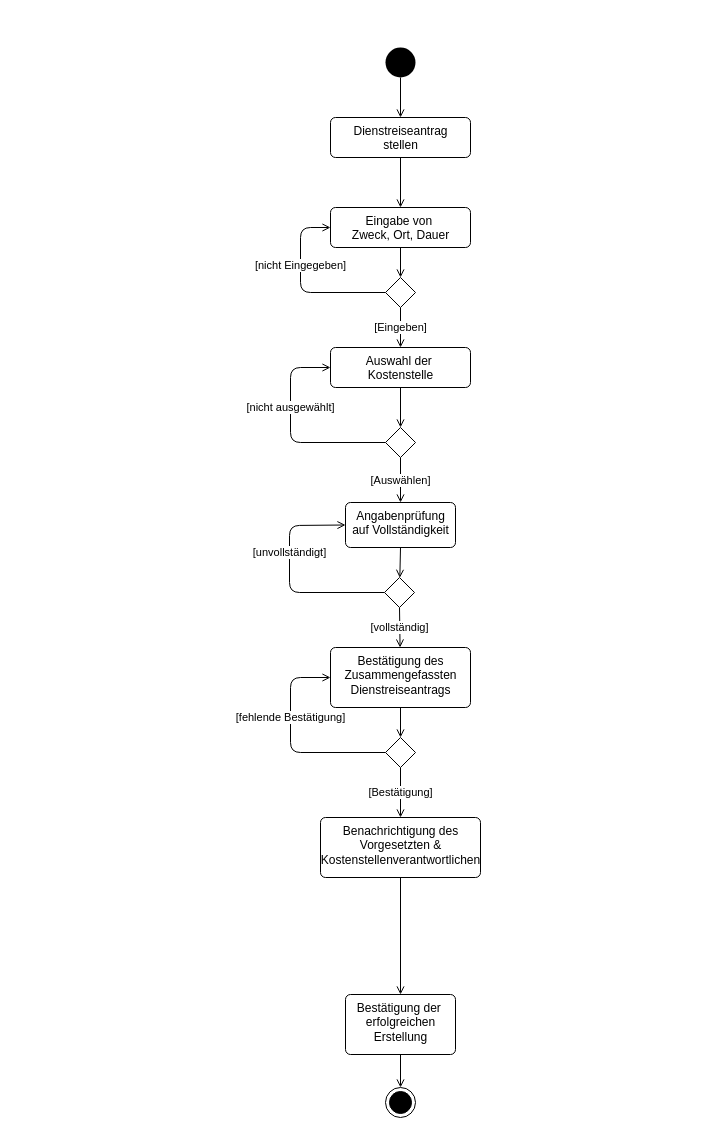
The draw.io diagram Uebungsblatt09/Aktivitätsdiagramm.drawio in TheBlackDragon4/SWE-HS-Co-Se5, before the edit. Source tidied: cells renumbered, new cells numbered last; positions are measured from the earlier drawing's top-left corner, leaving out a move shared by most shapes. Both pictures are drawn from the tidied source at 100%, with x=0, y=0 at pixel (289, 47).
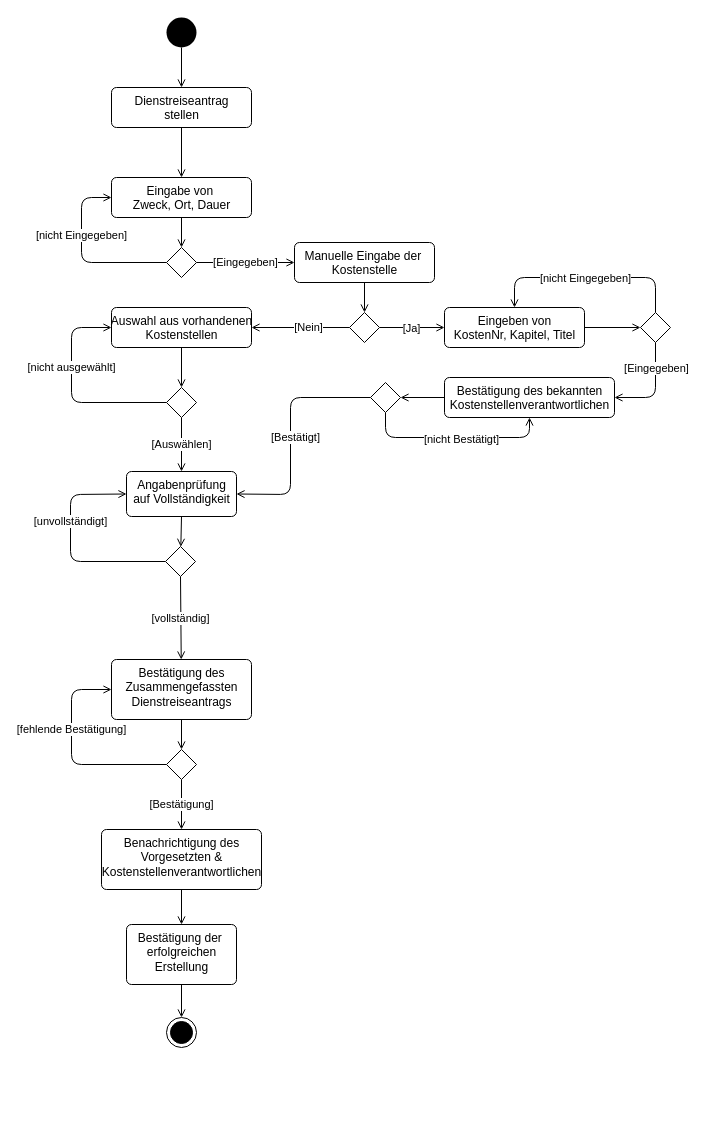
After the change.

Diff of the diagram source:
```diff
@@
     <mxCell id="3" style="ellipse;fillColor=#000000;strokeColor=none;" parent="1" vertex="1">
-      <mxGeometry x="96" width="30" height="30" as="geometry" />
+      <mxGeometry x="-123" y="-30" width="30" height="30" as="geometry" />
     </mxCell>
@@
     <mxCell id="5" value="Dienstreiseantrag&lt;br&gt;stellen" style="html=1;align=center;verticalAlign=top;rounded=1;absoluteArcSize=1;arcSize=10;dashed=0;gradientColor=none;shadow=0;glass=0;sketch=0;labelBackgroundColor=none;perimeterSpacing=0;" parent="1" vertex="1">
-      <mxGeometry x="41" y="70" width="140" height="40" as="geometry" />
+      <mxGeometry x="-178" y="40" width="140" height="40" as="geometry" />
     </mxCell>
     <mxCell id="6" style="ellipse;html=1;shape=endState;fillColor=#000000;strokeColor=#000000;rounded=1;shadow=0;glass=0;labelBackgroundColor=none;sketch=0;" parent="1" vertex="1">
-      <mxGeometry x="96" y="1040" width="30" height="30" as="geometry" />
+      <mxGeometry x="-123" y="970" width="30" height="30" as="geometry" />
     </mxCell>
@@
     <mxCell id="8" value="Eingabe von&amp;nbsp;&lt;br&gt;Zweck, Ort, Dauer" style="html=1;align=center;verticalAlign=top;rounded=1;absoluteArcSize=1;arcSize=10;dashed=0;gradientColor=none;shadow=0;glass=0;sketch=0;labelBackgroundColor=none;perimeterSpacing=0;" parent="1" vertex="1">
-      <mxGeometry x="41" y="160" width="140" height="40" as="geometry" />
+      <mxGeometry x="-178" y="130" width="140" height="40" as="geometry" />
     </mxCell>
@@
-    <mxCell id="10" value="Auswahl der&amp;nbsp;&lt;br&gt;Kostenstelle" style="html=1;align=center;verticalAlign=top;rounded=1;absoluteArcSize=1;arcSize=10;dashed=0;gradientColor=none;shadow=0;glass=0;sketch=0;labelBackgroundColor=none;perimeterSpacing=0;" parent="1" vertex="1">
-      <mxGeometry x="41" y="300" width="140" height="40" as="geometry" />
+    <mxCell id="10" value="Auswahl aus vorhandenen&lt;br&gt;Kostenstellen" style="html=1;align=center;verticalAlign=top;rounded=1;absoluteArcSize=1;arcSize=10;dashed=0;gradientColor=none;shadow=0;glass=0;sketch=0;labelBackgroundColor=none;perimeterSpacing=0;" parent="1" vertex="1">
+      <mxGeometry x="-178" y="260" width="140" height="40" as="geometry" />
     </mxCell>
     <mxCell id="11" value="[nicht ausgewählt]" style="edgeStyle=none;html=1;exitX=0;exitY=0.5;exitDx=0;exitDy=0;endArrow=open;endFill=0;entryX=0;entryY=0.5;entryDx=0;entryDy=0;" parent="1" edge="1" source="13" target="10">
       <mxGeometry x="0.24" relative="1" as="geometry">
         <Array as="points">
-          <mxPoint x="1" y="395" />
-          <mxPoint x="1" y="320" />
+          <mxPoint x="-218" y="355" />
+          <mxPoint x="-218" y="280" />
         </Array>
       </mxGeometry>
     </mxCell>
@@
     <mxCell id="13" style="rhombus;" parent="1" vertex="1">
-      <mxGeometry x="96" y="380" width="30" height="30" as="geometry" />
+      <mxGeometry x="-123" y="340" width="30" height="30" as="geometry" />
     </mxCell>
     <mxCell id="14" value="[fehlende Bestätigung]" style="edgeStyle=none;html=1;exitX=0;exitY=0.5;exitDx=0;exitDy=0;endArrow=open;endFill=0;entryX=0;entryY=0.5;entryDx=0;entryDy=0;" parent="1" edge="1" source="16" target="25">
       <mxGeometry x="0.24" relative="1" as="geometry">
         <Array as="points">
-          <mxPoint x="1" y="705" />
-          <mxPoint x="1" y="630" />
+          <mxPoint x="-218" y="717" />
+          <mxPoint x="-218" y="642" />
         </Array>
       </mxGeometry>
     </mxCell>
@@
     <mxCell id="16" style="rhombus;" parent="1" vertex="1">
-      <mxGeometry x="96" y="690" width="30" height="30" as="geometry" />
+      <mxGeometry x="-123" y="702" width="30" height="30" as="geometry" />
     </mxCell>
@@
     <mxCell id="18" value="Benachrichtigung des&lt;br&gt;Vorgesetzten &amp;amp; &lt;br&gt;Kostenstellenverantwortlichen&lt;br&gt;" style="html=1;align=center;verticalAlign=top;rounded=1;absoluteArcSize=1;arcSize=10;dashed=0;gradientColor=none;shadow=0;glass=0;sketch=0;labelBackgroundColor=none;perimeterSpacing=0;" parent="1" vertex="1">
-      <mxGeometry x="31" y="770" width="160" height="60" as="geometry" />
+      <mxGeometry x="-188" y="782" width="160" height="60" as="geometry" />
     </mxCell>
@@
     <mxCell id="20" value="Bestätigung der&amp;nbsp;&lt;br&gt;erfolgreichen&lt;br&gt;Erstellung" style="html=1;align=center;verticalAlign=top;rounded=1;absoluteArcSize=1;arcSize=10;dashed=0;gradientColor=none;shadow=0;glass=0;sketch=0;labelBackgroundColor=none;perimeterSpacing=0;" parent="1" vertex="1">
-      <mxGeometry x="56" y="947" width="110" height="60" as="geometry" />
+      <mxGeometry x="-163" y="877" width="110" height="60" as="geometry" />
     </mxCell>
     <mxCell id="21" value="[nicht Eingegeben]" style="edgeStyle=none;html=1;exitX=0;exitY=0.5;exitDx=0;exitDy=0;endArrow=open;endFill=0;entryX=0;entryY=0.5;entryDx=0;entryDy=0;" parent="1" edge="1" source="23" target="8">
       <mxGeometry x="0.24" relative="1" as="geometry">
         <Array as="points">
-          <mxPoint x="11" y="245" />
-          <mxPoint x="11" y="180" />
+          <mxPoint x="-208" y="215" />
+          <mxPoint x="-208" y="150" />
         </Array>
       </mxGeometry>
     </mxCell>
-    <mxCell id="22" value="[Eingeben]" style="edgeStyle=none;html=1;exitX=0.5;exitY=1;exitDx=0;exitDy=0;endArrow=open;endFill=0;" parent="1" edge="1" source="23" target="10">
+    <mxCell id="22" value="[Eingegeben]" style="edgeStyle=none;html=1;exitX=1;exitY=0.5;exitDx=0;exitDy=0;endArrow=open;endFill=0;entryX=0;entryY=0.5;entryDx=0;entryDy=0;" parent="1" edge="1" source="23" target="32">
       <mxGeometry relative="1" as="geometry" />
     </mxCell>
     <mxCell id="23" style="rhombus;" parent="1" vertex="1">
-      <mxGeometry x="96" y="230" width="30" height="30" as="geometry" />
+      <mxGeometry x="-123" y="200" width="30" height="30" as="geometry" />
     </mxCell>
@@
     <mxCell id="25" value="Bestätigung des&lt;br&gt;Zusammengefassten&lt;br&gt;Dienstreiseantrags" style="html=1;align=center;verticalAlign=top;rounded=1;absoluteArcSize=1;arcSize=10;dashed=0;gradientColor=none;shadow=0;glass=0;sketch=0;labelBackgroundColor=none;perimeterSpacing=0;" parent="1" vertex="1">
-      <mxGeometry x="41" y="600" width="140" height="60" as="geometry" />
+      <mxGeometry x="-178" y="612" width="140" height="60" as="geometry" />
     </mxCell>
@@
     <mxCell id="27" value="Angabenprüfung&lt;br&gt;auf&amp;nbsp;Vollständigkeit" style="html=1;align=center;verticalAlign=top;rounded=1;absoluteArcSize=1;arcSize=10;dashed=0;gradientColor=none;shadow=0;glass=0;sketch=0;labelBackgroundColor=none;perimeterSpacing=0;" parent="1" vertex="1">
-      <mxGeometry x="56" y="455" width="110" height="45" as="geometry" />
+      <mxGeometry x="-163" y="424" width="110" height="45" as="geometry" />
     </mxCell>
     <mxCell id="28" value="[unvollständigt]" style="edgeStyle=none;html=1;exitX=0;exitY=0.5;exitDx=0;exitDy=0;endArrow=open;endFill=0;entryX=0;entryY=0.5;entryDx=0;entryDy=0;" parent="1" edge="1" source="30" target="27">
       <mxGeometry x="0.24" relative="1" as="geometry">
         <Array as="points">
-          <mxPoint y="545" />
-          <mxPoint y="478" />
+          <mxPoint x="-219" y="514" />
+          <mxPoint x="-219" y="447" />
         </Array>
       </mxGeometry>
     </mxCell>
@@
     <mxCell id="30" style="rhombus;" parent="1" vertex="1">
-      <mxGeometry x="95" y="530" width="30" height="30" as="geometry" />
+      <mxGeometry x="-124" y="499" width="30" height="30" as="geometry" />
     </mxCell>
+    <mxCell id="31" style="edgeStyle=none;html=1;exitX=0.5;exitY=1;exitDx=0;exitDy=0;entryX=0.5;entryY=0;entryDx=0;entryDy=0;endArrow=open;endFill=0;" parent="1" edge="1" source="32" target="37">
+      <mxGeometry relative="1" as="geometry" />
+    </mxCell>
+    <mxCell id="32" value="Manuelle Eingabe der&amp;nbsp;&lt;br&gt;Kostenstelle" style="html=1;align=center;verticalAlign=top;rounded=1;absoluteArcSize=1;arcSize=10;dashed=0;gradientColor=none;shadow=0;glass=0;sketch=0;labelBackgroundColor=none;perimeterSpacing=0;" parent="1" vertex="1">
+      <mxGeometry x="5" y="195" width="140" height="40" as="geometry" />
+    </mxCell>
+    <mxCell id="33" style="edgeStyle=none;html=1;exitX=0;exitY=0.5;exitDx=0;exitDy=0;entryX=1;entryY=0.5;entryDx=0;entryDy=0;endArrow=open;endFill=0;" parent="1" edge="1" source="37" target="10">
+      <mxGeometry relative="1" as="geometry" />
+    </mxCell>
+    <mxCell id="34" value="[Nein]" style="edgeLabel;html=1;align=center;verticalAlign=middle;" parent="33" vertex="1">
+      <mxGeometry x="-0.14" y="-1" relative="1" as="geometry" />
+    </mxCell>
+    <mxCell id="35" style="edgeStyle=none;html=1;exitX=1;exitY=0.5;exitDx=0;exitDy=0;endArrow=open;endFill=0;entryX=0;entryY=0.5;entryDx=0;entryDy=0;" parent="1" edge="1" source="37" target="39">
+      <mxGeometry relative="1" as="geometry" />
+    </mxCell>
+    <mxCell id="36" value="[Ja]" style="edgeLabel;html=1;align=center;verticalAlign=middle;" parent="35" vertex="1">
+      <mxGeometry x="0.12" y="1" relative="1" as="geometry">
+        <mxPoint x="-5" y="1" as="offset" />
+      </mxGeometry>
+    </mxCell>
+    <mxCell id="37" style="rhombus;" parent="1" vertex="1">
+      <mxGeometry x="60" y="265" width="30" height="30" as="geometry" />
+    </mxCell>
+    <mxCell id="38" style="edgeStyle=none;html=1;exitX=1;exitY=0.5;exitDx=0;exitDy=0;endArrow=open;endFill=0;" parent="1" edge="1" source="39" target="44">
+      <mxGeometry relative="1" as="geometry" />
+    </mxCell>
+    <mxCell id="39" value="Eingeben von&lt;br&gt;KostenNr, Kapitel, Titel" style="html=1;align=center;verticalAlign=top;rounded=1;absoluteArcSize=1;arcSize=10;dashed=0;gradientColor=none;shadow=0;glass=0;sketch=0;labelBackgroundColor=none;perimeterSpacing=0;" parent="1" vertex="1">
+      <mxGeometry x="155" y="260" width="140" height="40" as="geometry" />
+    </mxCell>
+    <mxCell id="40" style="edgeStyle=none;html=1;endArrow=open;endFill=0;exitX=0.5;exitY=1;exitDx=0;exitDy=0;entryX=1;entryY=0.5;entryDx=0;entryDy=0;" parent="1" edge="1" source="44" target="46">
+      <mxGeometry relative="1" as="geometry">
+        <Array as="points">
+          <mxPoint x="366" y="350" />
+        </Array>
+      </mxGeometry>
+    </mxCell>
+    <mxCell id="41" value="[Eingegeben]" style="edgeLabel;html=1;align=center;verticalAlign=middle;" parent="40" vertex="1">
+      <mxGeometry x="-0.35" y="-1" relative="1" as="geometry">
+        <mxPoint x="1" y="-6" as="offset" />
+      </mxGeometry>
+    </mxCell>
+    <mxCell id="42" style="edgeStyle=none;html=1;exitX=0.5;exitY=0;exitDx=0;exitDy=0;endArrow=open;endFill=0;entryX=0.5;entryY=0;entryDx=0;entryDy=0;" parent="1" edge="1" source="44" target="39">
+      <mxGeometry relative="1" as="geometry">
+        <Array as="points">
+          <mxPoint x="366" y="230" />
+          <mxPoint x="225" y="230" />
+        </Array>
+      </mxGeometry>
+    </mxCell>
+    <mxCell id="43" value="[nicht Eingegeben]" style="edgeLabel;html=1;align=center;verticalAlign=middle;" parent="42" vertex="1">
+      <mxGeometry x="0.29" relative="1" as="geometry">
+        <mxPoint x="27" as="offset" />
+      </mxGeometry>
+    </mxCell>
+    <mxCell id="44" style="rhombus;" parent="1" vertex="1">
+      <mxGeometry x="351" y="265" width="30" height="30" as="geometry" />
+    </mxCell>
+    <mxCell id="45" style="edgeStyle=none;html=1;exitX=0;exitY=0.5;exitDx=0;exitDy=0;entryX=1;entryY=0.5;entryDx=0;entryDy=0;endArrow=open;endFill=0;" parent="1" edge="1" source="46" target="51">
+      <mxGeometry relative="1" as="geometry" />
+    </mxCell>
+    <mxCell id="46" value="Bestätigung des bekannten&lt;br&gt;Kostenstellenverantwortlichen" style="html=1;align=center;verticalAlign=top;rounded=1;absoluteArcSize=1;arcSize=10;dashed=0;gradientColor=none;shadow=0;glass=0;sketch=0;labelBackgroundColor=none;perimeterSpacing=0;" parent="1" vertex="1">
+      <mxGeometry x="155" y="330" width="170" height="40" as="geometry" />
+    </mxCell>
+    <mxCell id="47" style="edgeStyle=none;html=1;exitX=0.5;exitY=1;exitDx=0;exitDy=0;endArrow=open;endFill=0;entryX=0.5;entryY=1;entryDx=0;entryDy=0;" parent="1" edge="1" source="51" target="46">
+      <mxGeometry relative="1" as="geometry">
+        <Array as="points">
+          <mxPoint x="96" y="390" />
+          <mxPoint x="171" y="390" />
+          <mxPoint x="240" y="390" />
+        </Array>
+      </mxGeometry>
+    </mxCell>
+    <mxCell id="48" value="[nicht Bestätigt]" style="edgeLabel;html=1;align=center;verticalAlign=middle;" parent="47" vertex="1">
+      <mxGeometry x="0.23" y="-1" relative="1" as="geometry">
+        <mxPoint x="-16" as="offset" />
+      </mxGeometry>
+    </mxCell>
+    <mxCell id="49" style="edgeStyle=none;html=1;exitX=0;exitY=0.5;exitDx=0;exitDy=0;entryX=1;entryY=0.5;entryDx=0;entryDy=0;endArrow=open;endFill=0;" parent="1" edge="1" source="51" target="27">
+      <mxGeometry relative="1" as="geometry">
+        <Array as="points">
+          <mxPoint x="1" y="350" />
+          <mxPoint x="1" y="447" />
+        </Array>
+      </mxGeometry>
+    </mxCell>
+    <mxCell id="50" value="[Bestätigt]" style="edgeLabel;html=1;align=center;verticalAlign=middle;" parent="49" vertex="1">
+      <mxGeometry x="-0.23" y="-1" relative="1" as="geometry">
+        <mxPoint x="5" y="30" as="offset" />
+      </mxGeometry>
+    </mxCell>
+    <mxCell id="51" style="rhombus;" parent="1" vertex="1">
+      <mxGeometry x="81" y="335" width="30" height="30" as="geometry" />
+    </mxCell>
```
